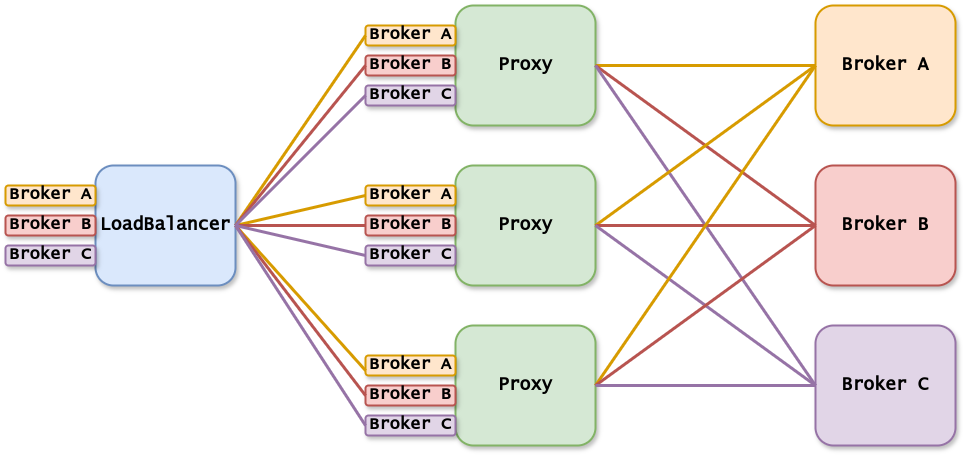
Before: images/network.drawio.png, a diagram exported from draw.io (Spanjer1/kafka-control-proxy). Source tidied: cells renumbered, new cells last; positions are measured from the earlier drawing's top-left corner, leaving out a move shared by most shapes.
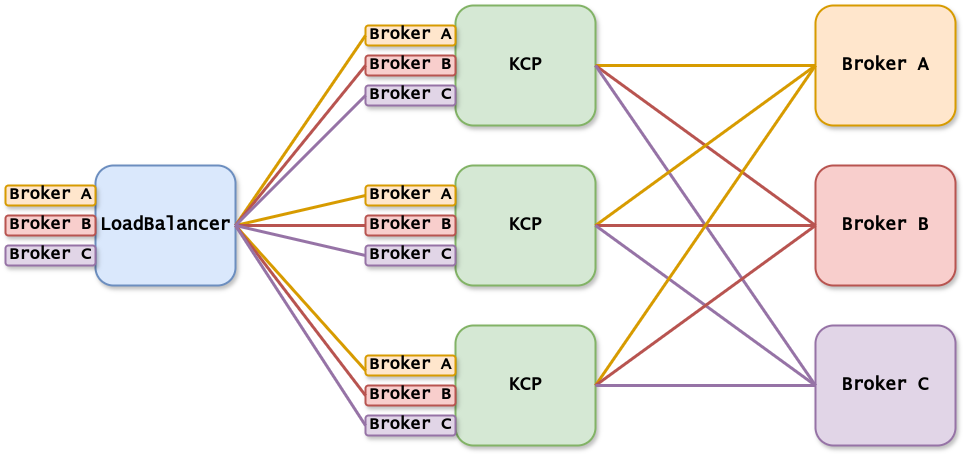
Later version of the same file.

The edit, as a diff of the source:
```diff
@@ -5,13 +5,13 @@
     <mxCell id="2" value="LoadBalancer" style="whiteSpace=wrap;fillColor=#dae8fc;strokeColor=#6c8ebf;strokeWidth=2;shadow=1;rounded=1;fontStyle=1;glass=0;fontFamily=Lucida Console;fontSize=18;" parent="1" vertex="1">
       <mxGeometry x="90" y="160" width="140" height="120" as="geometry" />
     </mxCell>
-    <mxCell id="3" value="Proxy" style="whiteSpace=wrap;fillColor=#d5e8d4;strokeColor=#82b366;strokeWidth=2;shadow=1;rounded=1;fontStyle=1;glass=0;fontFamily=Lucida Console;fontSize=18;" parent="1" vertex="1">
+    <mxCell id="3" value="KCP" style="whiteSpace=wrap;fillColor=#d5e8d4;strokeColor=#82b366;strokeWidth=2;shadow=1;rounded=1;fontStyle=1;glass=0;fontFamily=Lucida Console;fontSize=18;" parent="1" vertex="1">
       <mxGeometry x="450" width="140" height="120" as="geometry" />
     </mxCell>
-    <mxCell id="4" value="Proxy" style="whiteSpace=wrap;fillColor=#d5e8d4;strokeColor=#82b366;strokeWidth=2;shadow=1;rounded=1;fontStyle=1;glass=0;fontFamily=Lucida Console;fontSize=18;" parent="1" vertex="1">
+    <mxCell id="4" value="KCP" style="whiteSpace=wrap;fillColor=#d5e8d4;strokeColor=#82b366;strokeWidth=2;shadow=1;rounded=1;fontStyle=1;glass=0;fontFamily=Lucida Console;fontSize=18;" parent="1" vertex="1">
       <mxGeometry x="450" y="160" width="140" height="120" as="geometry" />
     </mxCell>
-    <mxCell id="5" value="Proxy" style="whiteSpace=wrap;fillColor=#d5e8d4;strokeColor=#82b366;strokeWidth=2;shadow=1;rounded=1;fontStyle=1;glass=0;fontFamily=Lucida Console;fontSize=18;" parent="1" vertex="1">
+    <mxCell id="5" value="KCP" style="whiteSpace=wrap;fillColor=#d5e8d4;strokeColor=#82b366;strokeWidth=2;shadow=1;rounded=1;fontStyle=1;glass=0;fontFamily=Lucida Console;fontSize=18;" parent="1" vertex="1">
       <mxGeometry x="450" y="320" width="140" height="120" as="geometry" />
     </mxCell>
     <mxCell id="6" value="Broker A" style="whiteSpace=wrap;fillColor=#ffe6cc;strokeColor=#d79b00;strokeWidth=2;shadow=1;rounded=1;fontStyle=1;glass=0;fontFamily=Lucida Console;fontSize=18;" parent="1" vertex="1">
```
